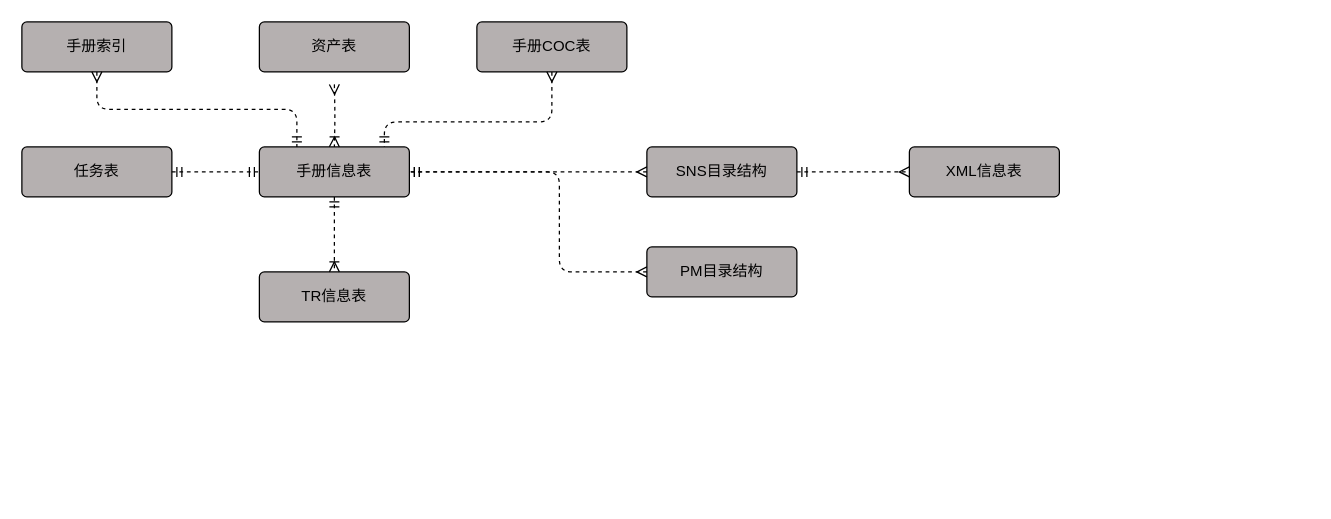
DemonHan/KuickBuy keeps this draw.io diagram as 数据库图.drawio. Above is the earlier version. Source tidied: cells renumbered, new cells numbered last; positions are measured from the earlier drawing's top-left corner, leaving out a move shared by most shapes. Both pictures are drawn from the tidied source at 125%, with x=0, y=0 at pixel (21, 21).
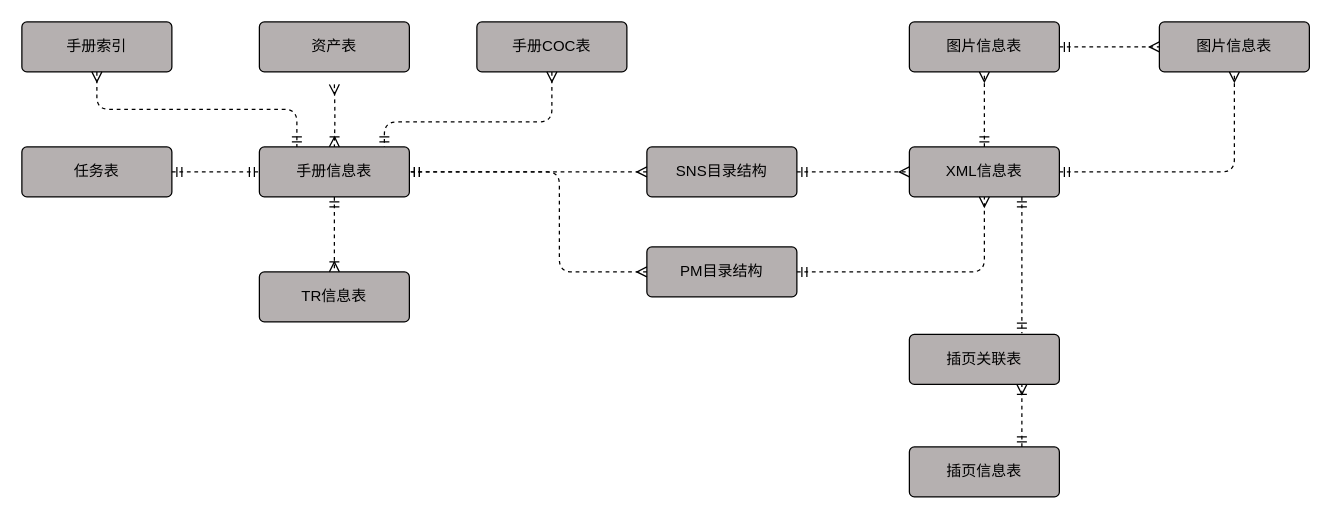
The same diagram, later.

Commit message (it also covers changes not shown here):
更新数据库图.drawio

The change refers to these unchanged cells:
```xml
<mxCell id="14" value="PM目录结构" style="rounded=1;arcSize=10;whiteSpace=wrap;html=1;align=center;fillColor=#b5b0b0;" parent="1" vertex="1">
  <mxGeometry x="500" y="180" width="120" height="40" as="geometry" />
</mxCell>
<mxCell id="17" value="XML信息表" style="rounded=1;arcSize=10;whiteSpace=wrap;html=1;align=center;fillColor=#b5b0b0;" parent="1" vertex="1">
  <mxGeometry x="710" y="100" width="120" height="40" as="geometry" />
</mxCell>
```

Change to the diagram source:
```diff
@@
+    <mxCell id="19" value="图片信息表" style="rounded=1;arcSize=10;whiteSpace=wrap;html=1;align=center;fillColor=#b5b0b0;" parent="1" vertex="1">
+      <mxGeometry x="710" width="120" height="40" as="geometry" />
+    </mxCell>
+    <mxCell id="20" style="edgeStyle=orthogonalEdgeStyle;html=1;endArrow=ERmany;startArrow=ERmandOne;labelBackgroundColor=none;fontFamily=Verdana;fontSize=12;align=left;exitX=0.5;exitY=0;exitDx=0;exitDy=0;dashed=1;endFill=0;" parent="1" edge="1" source="17" target="19">
+      <mxGeometry relative="1" as="geometry" />
+    </mxCell>
+    <mxCell id="21" value="图片信息表" style="rounded=1;arcSize=10;whiteSpace=wrap;html=1;align=center;fillColor=#b5b0b0;" parent="1" vertex="1">
+      <mxGeometry x="910" width="120" height="40" as="geometry" />
+    </mxCell>
+    <mxCell id="22" style="edgeStyle=orthogonalEdgeStyle;html=1;endArrow=ERmany;startArrow=ERmandOne;labelBackgroundColor=none;fontFamily=Verdana;fontSize=12;align=left;entryX=0;entryY=0.5;entryDx=0;entryDy=0;dashed=1;endFill=0;exitX=1;exitY=0.5;exitDx=0;exitDy=0;" parent="1" edge="1" source="19" target="21">
+      <mxGeometry relative="1" as="geometry" />
+    </mxCell>
+    <mxCell id="23" style="edgeStyle=orthogonalEdgeStyle;html=1;endArrow=ERmany;startArrow=ERmandOne;labelBackgroundColor=none;fontFamily=Verdana;fontSize=12;align=left;entryX=0.5;entryY=1;entryDx=0;entryDy=0;dashed=1;endFill=0;exitX=1;exitY=0.5;exitDx=0;exitDy=0;" parent="1" edge="1" source="17" target="21">
+      <mxGeometry relative="1" as="geometry" />
+    </mxCell>
+    <mxCell id="24" value="插页关联表" style="rounded=1;arcSize=10;whiteSpace=wrap;html=1;align=center;fillColor=#b5b0b0;" parent="1" vertex="1">
+      <mxGeometry x="710" y="250" width="120" height="40" as="geometry" />
+    </mxCell>
+    <mxCell id="25" style="edgeStyle=orthogonalEdgeStyle;html=1;endArrow=ERmany;startArrow=ERmandOne;labelBackgroundColor=none;fontFamily=Verdana;fontSize=12;align=left;exitX=1;exitY=0.5;exitDx=0;exitDy=0;dashed=1;endFill=0;entryX=0.5;entryY=1;entryDx=0;entryDy=0;" parent="1" edge="1" source="14" target="17">
+      <mxGeometry relative="1" as="geometry" />
+    </mxCell>
+    <mxCell id="26" style="edgeStyle=orthogonalEdgeStyle;html=1;endArrow=ERmandOne;startArrow=ERmandOne;labelBackgroundColor=none;fontFamily=Verdana;fontSize=12;align=left;endFill=0;dashed=1;exitX=0.75;exitY=1;exitDx=0;exitDy=0;" parent="1" edge="1" source="17">
+      <mxGeometry relative="1" as="geometry">
+        <mxPoint x="800" y="249" as="targetPoint" />
+        <Array as="points">
+          <mxPoint x="800" y="249" />
+        </Array>
+      </mxGeometry>
+    </mxCell>
+    <mxCell id="27" value="插页信息表" style="rounded=1;arcSize=10;whiteSpace=wrap;html=1;align=center;fillColor=#b5b0b0;" parent="1" vertex="1">
+      <mxGeometry x="710" y="340" width="120" height="40" as="geometry" />
+    </mxCell>
+    <mxCell id="28" style="edgeStyle=orthogonalEdgeStyle;html=1;endArrow=ERoneToMany;startArrow=ERmandOne;labelBackgroundColor=none;fontFamily=Verdana;fontSize=12;align=left;exitX=0.75;exitY=0;entryX=0.75;entryY=1;dashed=1;exitDx=0;exitDy=0;entryDx=0;entryDy=0;" parent="1" edge="1" source="27" target="24">
+      <mxGeometry relative="1" as="geometry" />
+    </mxCell>
```
